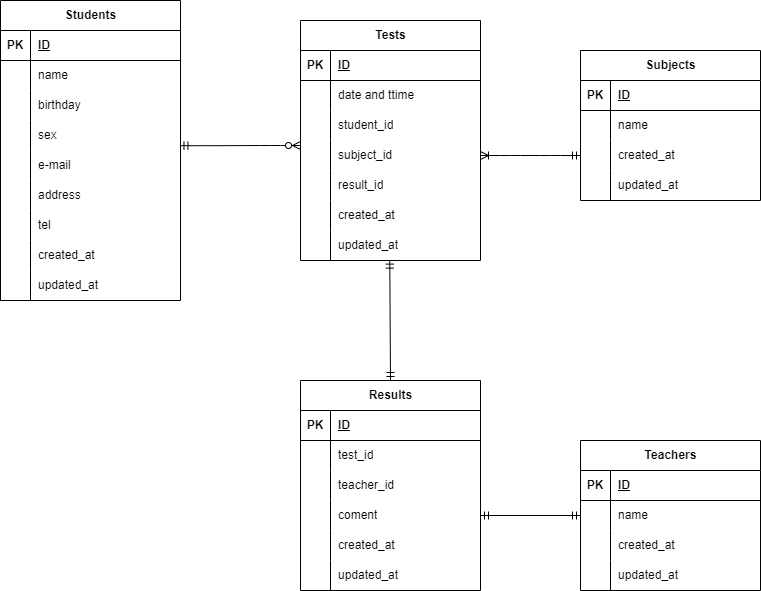
Above: 20221222_takeuchi.drawio.png in Minori-Takeuchi/20221222_takeuchi (draw.io), before the change. Source tidied: cells renumbered, new cells last; positions are measured from the earlier drawing's top-left corner, leaving out a move shared by most shapes.
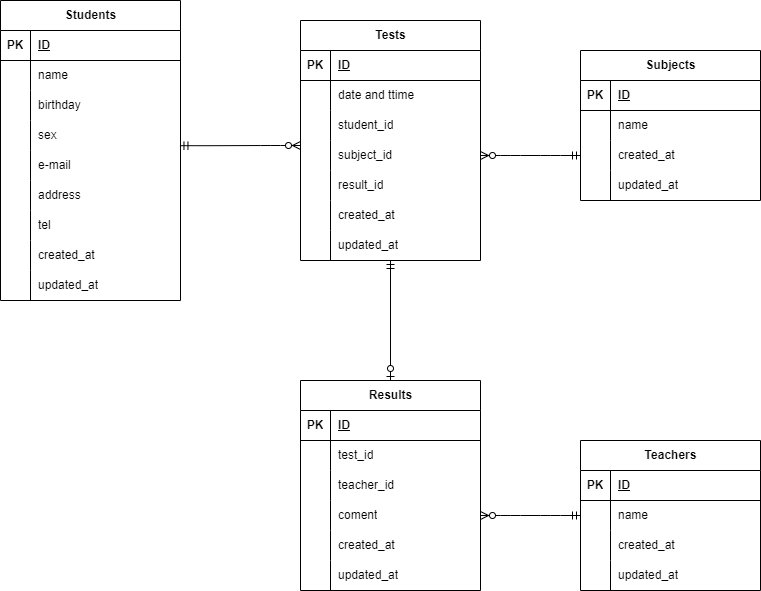
After the commit.

Diff of the diagram source:
```diff
@@ -292,14 +292,16 @@
         <mxPoint x="300" y="145" as="targetPoint" />
       </mxGeometry>
     </mxCell>
-    <mxCell id="98" style="fontSize=12;html=1;endArrow=ERmandOne;startArrow=ERmandOne;entryX=1;entryY=0.5;entryDx=0;entryDy=0;exitX=0;exitY=0.5;exitDx=0;exitDy=0;" parent="1" edge="1" source="88" target="75">
+    <mxCell id="98" style="edgeStyle=entityRelationEdgeStyle;fontSize=12;html=1;endArrow=ERzeroToMany;startArrow=ERmandOne;entryX=1;entryY=0.5;entryDx=0;entryDy=0;exitX=0;exitY=0.5;exitDx=0;exitDy=0;" parent="1" edge="1" source="88" target="75">
       <mxGeometry relative="1" as="geometry" />
     </mxCell>
-    <mxCell id="99" style="fontSize=12;html=1;endArrow=ERmandOne;startArrow=ERmandOne;exitX=0.5;exitY=0;exitDx=0;exitDy=0;entryX=0.496;entryY=0.987;entryDx=0;entryDy=0;entryPerimeter=0;" parent="1" edge="1" source="65" target="49">
-      <mxGeometry relative="1" as="geometry" />
-    </mxCell>
-    <mxCell id="100" style="edgeStyle=entityRelationEdgeStyle;fontSize=12;html=1;endArrow=ERoneToMany;startArrow=ERmandOne;exitX=0;exitY=0.5;exitDx=0;exitDy=0;entryX=1;entryY=0.5;entryDx=0;entryDy=0;" parent="1" edge="1" source="59" target="40">
+    <mxCell id="100" style="edgeStyle=entityRelationEdgeStyle;fontSize=12;html=1;endArrow=ERzeroToMany;startArrow=ERmandOne;entryX=1;entryY=0.5;entryDx=0;entryDy=0;exitX=0;exitY=0.5;exitDx=0;exitDy=0;" parent="1" edge="1" source="59" target="40">
       <mxGeometry relative="1" as="geometry" />
     </mxCell>
+    <mxCell id="101" style="fontSize=12;html=1;endArrow=ERzeroToOne;startArrow=ERmandOne;entryX=0.5;entryY=0;entryDx=0;entryDy=0;" parent="1" edge="1" target="65">
+      <mxGeometry relative="1" as="geometry">
+        <mxPoint x="390" y="260" as="sourcePoint" />
+      </mxGeometry>
+    </mxCell>
   </root>
 </mxGraphModel>
```
